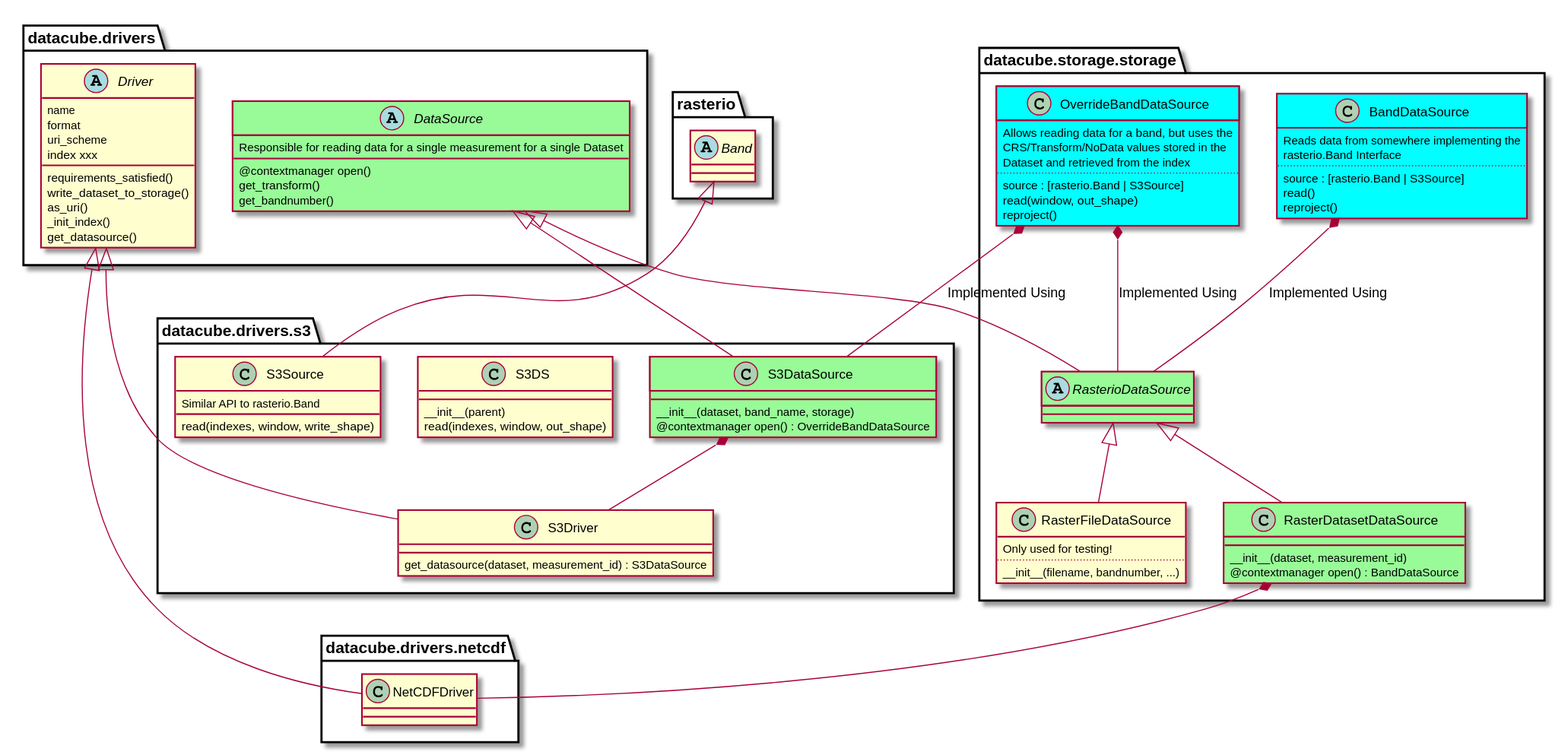
loicdtx/datacube-core keeps this PlantUML diagram as docs/diagrams/storage_drivers_old.svg. Above is the earlier version.
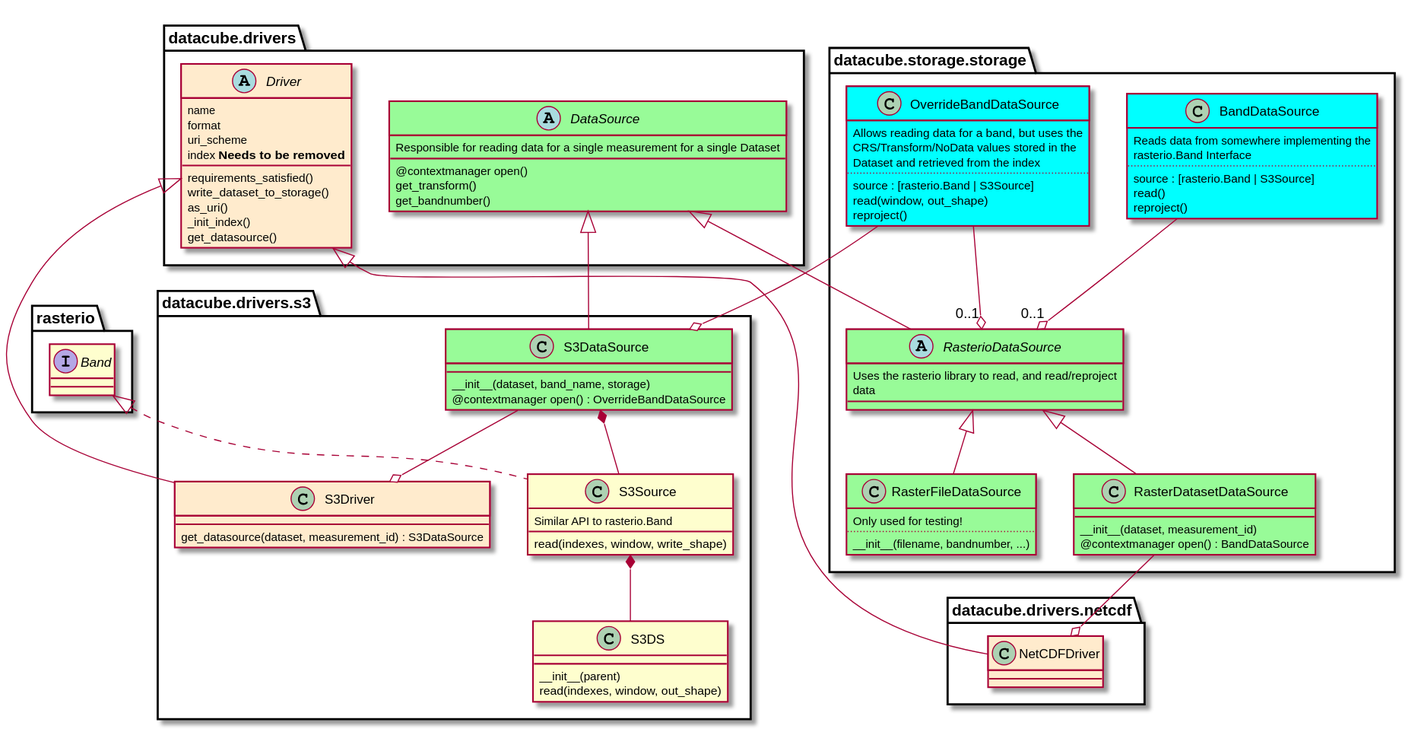
After the commit.

Diff of the diagram source:
```diff
@@ -1,6 +1,6 @@
 @startuml
 
-abstract rasterio.Band
+interface rasterio.Band
 
 package datacube.drivers {
     abstract DataSource #PaleGreen {
@@ -9,11 +9,11 @@
         get_transform()
         get_bandnumber()
     }
-    abstract Driver {
+    abstract Driver #BlanchedAlmond {
         name
         format
         uri_scheme
-        index xxx
+        index **Needs to be removed**
         requirements_satisfied()
         write_dataset_to_storage()
         as_uri()
@@ -38,16 +38,16 @@
         @contextmanager open() : OverrideBandDataSource
 
     }
-    class S3Driver {
+    class S3Driver #BlanchedAlmond {
         get_datasource(dataset, measurement_id) : S3DataSource
 
     }
 }
 
-rasterio.Band <|-- S3Source
+rasterio.Band <|.. S3Source
 
 package datacube.drivers.netcdf {
-    class NetCDFDriver {
+    class NetCDFDriver #BlanchedAlmond {
 
     }
     Driver <|-- NetCDFDriver
@@ -77,10 +77,12 @@
     }
 
     abstract RasterioDataSource #PaleGreen {
+        Uses the rasterio library to read, and read/reproject
+        data
 
     }
     DataSource <|-- RasterioDataSource
-    class RasterFileDataSource {
+    class RasterFileDataSource #PaleGreen {
         Only used for testing!
         ..
         __init__(filename, bandnumber, ...)
@@ -94,12 +96,15 @@
     }
     RasterioDataSource <|-- RasterDatasetDataSource
 }
+S3Source *-- S3DS
+DataSource <|-- S3DataSource
+S3DataSource *-- S3Source
+Driver <|-- S3Driver
 
-OverrideBandDataSource *-- S3DataSource : Implemented Using
-OverrideBandDataSource *-- RasterioDataSource : Implemented Using
-BandDataSource *-- RasterioDataSource : Implemented Using
-DataSource <|-- S3DataSource
-Driver <|-- S3Driver
-RasterDatasetDataSource *-- NetCDFDriver
-S3DataSource *-- S3Driver
+OverrideBandDataSource --o S3DataSource
+OverrideBandDataSource --o "0..1" RasterioDataSource
+BandDataSource --o "0..1" RasterioDataSource
+
+RasterDatasetDataSource --o NetCDFDriver
+S3DataSource --o S3Driver
 @enduml
```
